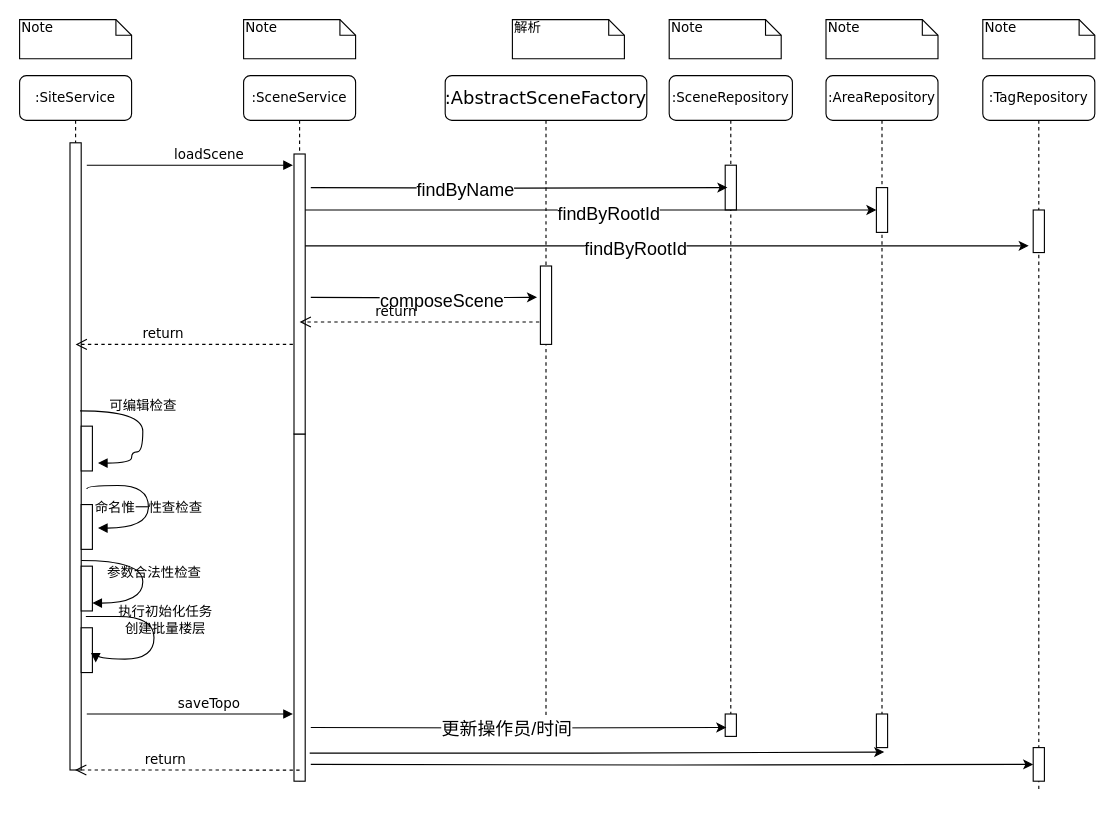
Before: craft/add_building_flow_site.drawio in feihu618/drawio, a draw.io diagram. Source tidied: cells renumbered, new cells numbered last; positions are measured from the earlier drawing's top-left corner, leaving out a move shared by most shapes. Both pictures are drawn from the tidied source at 112%, with x=0, y=0 at pixel (19, 19).
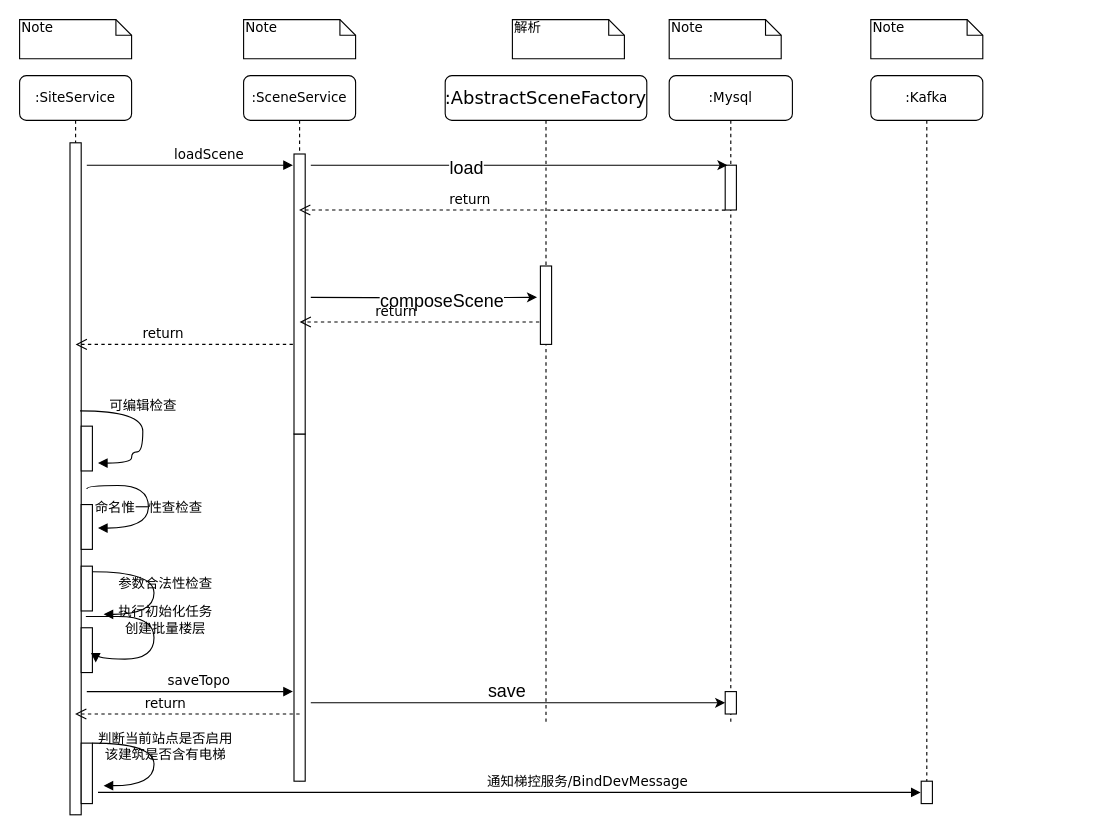
The same page after the edit.

Unchanged cells that the change refers to:
```xml
<mxCell id="2" value=":SceneService" style="shape=umlLifeline;perimeter=lifelinePerimeter;whiteSpace=wrap;html=1;outlineConnect=0;rounded=1;shadow=0;comic=0;labelBackgroundColor=none;strokeWidth=1;fontFamily=Verdana;fontSize=12;align=center;" parent="1" vertex="1">
  <mxGeometry x="200" y="50" width="100" height="630" as="geometry" />
</mxCell>
<mxCell id="3" style="html=1;points=[];perimeter=orthogonalPerimeter;rounded=0;shadow=0;comic=0;labelBackgroundColor=none;strokeWidth=1;fontFamily=Verdana;fontSize=12;align=center;" parent="2" vertex="1">
  <mxGeometry x="45" y="320" width="10" height="310" as="geometry" />
</mxCell>
<mxCell id="4" style="html=1;points=[];perimeter=orthogonalPerimeter;rounded=0;shadow=0;comic=0;labelBackgroundColor=none;strokeWidth=1;fontFamily=Verdana;fontSize=12;align=center;" parent="2" vertex="1">
  <mxGeometry x="45" y="70" width="10" height="250" as="geometry" />
</mxCell>
<mxCell id="5" value="&lt;font style=&quot;font-size: 16px&quot;&gt;:&lt;font style=&quot;font-size: 16px&quot;&gt;AbstractSceneFactory&lt;/font&gt;&lt;/font&gt;" style="shape=umlLifeline;perimeter=lifelinePerimeter;whiteSpace=wrap;html=1;rounded=1;shadow=0;comic=0;labelBackgroundColor=none;strokeWidth=1;fontFamily=Verdana;fontSize=12;align=center;" parent="1" vertex="1">
  <mxGeometry x="380" y="50" width="180" height="580" as="geometry" />
</mxCell>
<mxCell id="9" style="html=1;points=[];perimeter=orthogonalPerimeter;rounded=0;shadow=0;comic=0;labelBackgroundColor=none;strokeWidth=1;fontFamily=Verdana;fontSize=12;align=center;" parent="7" vertex="1">
  <mxGeometry x="50" y="80" width="10" height="40" as="geometry" />
</mxCell>
```

The edit, as a diff of the source:
```diff
@@
+    <mxCell id="49" value="return" style="html=1;verticalAlign=bottom;endArrow=open;dashed=1;endSize=8;labelBackgroundColor=none;fontFamily=Verdana;fontSize=12;edgeStyle=elbowEdgeStyle;elbow=vertical;exitX=0.5;exitY=0.968;exitDx=0;exitDy=0;exitPerimeter=0;" parent="5" edge="1" target="2">
+      <mxGeometry x="0.2" relative="1" as="geometry">
+        <mxPoint x="250" y="120.1" as="sourcePoint" />
+        <Array as="points">
+          <mxPoint x="170" y="120" />
+        </Array>
+      </mxGeometry>
+    </mxCell>
-    <mxCell id="7" value=":SceneRepository" style="shape=umlLifeline;perimeter=lifelinePerimeter;whiteSpace=wrap;html=1;rounded=1;shadow=0;comic=0;labelBackgroundColor=none;strokeWidth=1;fontFamily=Verdana;fontSize=12;align=center;" parent="1" vertex="1">
+    <mxCell id="7" value=":Mysql" style="shape=umlLifeline;perimeter=lifelinePerimeter;whiteSpace=wrap;html=1;rounded=1;shadow=0;comic=0;labelBackgroundColor=none;strokeWidth=1;fontFamily=Verdana;fontSize=12;align=center;" parent="1" vertex="1">
       <mxGeometry x="580" y="50" width="110" height="580" as="geometry" />
     </mxCell>
     <mxCell id="8" style="html=1;points=[];perimeter=orthogonalPerimeter;rounded=0;shadow=0;comic=0;labelBackgroundColor=none;strokeWidth=1;fontFamily=Verdana;fontSize=12;align=center;" parent="7" vertex="1">
-      <mxGeometry x="50" y="570" width="10" height="20" as="geometry" />
+      <mxGeometry x="50" y="550" width="10" height="20" as="geometry" />
     </mxCell>
@@
-    <mxCell id="10" value=":AreaRepository" style="shape=umlLifeline;perimeter=lifelinePerimeter;whiteSpace=wrap;html=1;rounded=1;shadow=0;comic=0;labelBackgroundColor=none;strokeWidth=1;fontFamily=Verdana;fontSize=12;align=center;" parent="1" vertex="1">
-      <mxGeometry x="720" y="50" width="100" height="580" as="geometry" />
-    </mxCell>
-    <mxCell id="11" style="html=1;points=[];perimeter=orthogonalPerimeter;rounded=0;shadow=0;comic=0;labelBackgroundColor=none;strokeWidth=1;fontFamily=Verdana;fontSize=12;align=center;" parent="10" vertex="1">
-      <mxGeometry x="45" y="570" width="10" height="30" as="geometry" />
-    </mxCell>
-    <mxCell id="12" style="html=1;points=[];perimeter=orthogonalPerimeter;rounded=0;shadow=0;comic=0;labelBackgroundColor=none;strokeWidth=1;fontFamily=Verdana;fontSize=12;align=center;" parent="10" vertex="1">
-      <mxGeometry x="45" y="100" width="10" height="40" as="geometry" />
-    </mxCell>
-    <mxCell id="13" value=":TagRepository" style="shape=umlLifeline;perimeter=lifelinePerimeter;whiteSpace=wrap;html=1;rounded=1;shadow=0;comic=0;labelBackgroundColor=none;strokeWidth=1;fontFamily=Verdana;fontSize=12;align=center;" parent="1" vertex="1">
-      <mxGeometry x="860" y="50" width="100" height="640" as="geometry" />
+    <mxCell id="13" value=":Kafka" style="shape=umlLifeline;perimeter=lifelinePerimeter;whiteSpace=wrap;html=1;rounded=1;shadow=0;comic=0;labelBackgroundColor=none;strokeWidth=1;fontFamily=Verdana;fontSize=12;align=center;" parent="1" vertex="1">
+      <mxGeometry x="760" y="50" width="100" height="650" as="geometry" />
     </mxCell>
-    <mxCell id="14" style="html=1;points=[];perimeter=orthogonalPerimeter;rounded=0;shadow=0;comic=0;labelBackgroundColor=none;strokeWidth=1;fontFamily=Verdana;fontSize=12;align=center;" parent="13" vertex="1">
-      <mxGeometry x="45" y="120" width="10" height="38" as="geometry" />
-    </mxCell>
+    <mxCell id="50" style="html=1;perimeter=orthogonalPerimeter;rounded=0;shadow=0;comic=0;labelBackgroundColor=none;strokeWidth=1;fontFamily=Verdana;fontSize=12;align=center;" parent="13" vertex="1">
+      <mxGeometry x="45" y="630" width="10" height="20" as="geometry" />
+    </mxCell>
     <mxCell id="15" value=":SiteService" style="shape=umlLifeline;perimeter=lifelinePerimeter;whiteSpace=wrap;html=1;outlineConnect=0;rounded=1;shadow=0;comic=0;labelBackgroundColor=none;strokeWidth=1;fontFamily=Verdana;fontSize=12;align=center;" parent="1" vertex="1">
-      <mxGeometry y="50" width="100" height="620" as="geometry" />
+      <mxGeometry y="50" width="100" height="660" as="geometry" />
     </mxCell>
     <mxCell id="16" style="html=1;perimeter=orthogonalPerimeter;rounded=0;shadow=0;comic=0;labelBackgroundColor=none;strokeWidth=1;fontFamily=Verdana;fontSize=12;align=center;" parent="15" vertex="1">
-      <mxGeometry x="45" y="60" width="10" height="560" as="geometry" />
+      <mxGeometry x="45" y="60" width="10" height="600" as="geometry" />
     </mxCell>
@@
-    <mxCell id="18" value="参数合法性检查" style="html=1;verticalAlign=bottom;endArrow=block;labelBackgroundColor=none;fontFamily=Verdana;fontSize=12;elbow=vertical;edgeStyle=orthogonalEdgeStyle;curved=1;exitX=1.038;exitY=0.345;exitPerimeter=0;" parent="15" edge="1">
-      <mxGeometry x="0.09" y="10" relative="1" as="geometry">
-        <mxPoint x="55" y="433" as="sourcePoint" />
-        <mxPoint x="65" y="471" as="targetPoint" />
-        <Array as="points">
-          <mxPoint x="110" y="433" />
-          <mxPoint x="110" y="471" />
-          <mxPoint x="65" y="471" />
-        </Array>
-      </mxGeometry>
-    </mxCell>
@@
+    <mxCell id="51" style="html=1;perimeter=orthogonalPerimeter;rounded=0;shadow=0;comic=0;labelBackgroundColor=none;strokeWidth=1;fontFamily=Verdana;fontSize=12;align=center;" parent="15" vertex="1">
+      <mxGeometry x="55" y="596" width="10" height="54" as="geometry" />
+    </mxCell>
@@
-    <mxCell id="28" value="Note" style="shape=note;whiteSpace=wrap;html=1;size=14;verticalAlign=top;align=left;spacingTop=-6;rounded=0;shadow=0;comic=0;labelBackgroundColor=none;strokeWidth=1;fontFamily=Verdana;fontSize=12;" parent="1" vertex="1">
-      <mxGeometry x="720" width="100" height="35" as="geometry" />
-    </mxCell>
-    <mxCell id="29" value="Note" style="shape=note;whiteSpace=wrap;html=1;size=14;verticalAlign=top;align=left;spacingTop=-6;rounded=0;shadow=0;comic=0;labelBackgroundColor=none;strokeWidth=1;fontFamily=Verdana;fontSize=12;" parent="1" vertex="1">
-      <mxGeometry x="860" width="100" height="35" as="geometry" />
-    </mxCell>
@@
-    <mxCell id="32" style="edgeStyle=orthogonalEdgeStyle;rounded=0;jettySize=auto;html=1;fontSize=16;entryX=0.2;entryY=0.5;entryDx=0;entryDy=0;entryPerimeter=0;" parent="1" edge="1" target="9">
+    <mxCell id="32" style="edgeStyle=orthogonalEdgeStyle;rounded=0;orthogonalLoop=1;jettySize=auto;html=1;fontSize=16;" parent="1" edge="1">
       <mxGeometry relative="1" as="geometry">
-        <mxPoint x="260" y="150" as="sourcePoint" />
+        <mxPoint x="260" y="130" as="sourcePoint" />
+        <mxPoint x="632" y="130" as="targetPoint" />
+        <Array as="points">
+          <mxPoint x="260" y="130" />
+          <mxPoint x="632" y="130" />
+        </Array>
       </mxGeometry>
     </mxCell>
-    <mxCell id="33" value="findByName" style="edgeLabel;html=1;align=center;verticalAlign=middle;fontSize=16;" parent="32" vertex="1">
+    <mxCell id="33" value="load" style="edgeLabel;html=1;align=center;verticalAlign=middle;fontSize=16;" parent="32" vertex="1">
       <mxGeometry x="-0.26" y="-1" relative="1" as="geometry" />
     </mxCell>
-    <mxCell id="34" style="edgeStyle=orthogonalEdgeStyle;rounded=0;jettySize=auto;html=1;fontSize=16;" parent="1" edge="1" source="4" target="12">
-      <mxGeometry relative="1" as="geometry">
-        <Array as="points">
-          <mxPoint x="390" y="170" />
-          <mxPoint x="390" y="170" />
-        </Array>
-      </mxGeometry>
-    </mxCell>
-    <mxCell id="35" value="findByRootId" style="edgeLabel;html=1;align=center;verticalAlign=middle;fontSize=16;" parent="34" vertex="1">
-      <mxGeometry x="0.06" y="-2" relative="1" as="geometry" />
-    </mxCell>
-    <mxCell id="36" style="edgeStyle=orthogonalEdgeStyle;rounded=0;jettySize=auto;html=1;entryX=-0.4;entryY=0.842;entryDx=0;entryDy=0;entryPerimeter=0;fontSize=16;" parent="1" edge="1" source="4" target="14">
-      <mxGeometry relative="1" as="geometry">
-        <Array as="points">
-          <mxPoint x="420" y="202" />
-          <mxPoint x="420" y="202" />
-        </Array>
-      </mxGeometry>
-    </mxCell>
-    <mxCell id="37" value="findByRootId" style="edgeLabel;html=1;align=center;verticalAlign=middle;fontSize=16;" parent="36" vertex="1">
-      <mxGeometry x="-0.09" y="-3" relative="1" as="geometry" />
-    </mxCell>
@@
     <mxCell id="42" value="saveTopo" style="html=1;verticalAlign=bottom;endArrow=block;labelBackgroundColor=none;fontFamily=Verdana;fontSize=12;exitX=1.6;exitY=0.571;exitDx=0;exitDy=0;exitPerimeter=0;" parent="1" edge="1">
-      <mxGeometry x="0.19" relative="1" as="geometry">
-        <mxPoint x="60" y="620" as="sourcePoint" />
-        <mxPoint x="244" y="620" as="targetPoint" />
+      <mxGeometry x="0.09" relative="1" as="geometry">
+        <mxPoint x="60" y="600" as="sourcePoint" />
+        <mxPoint x="244" y="600" as="targetPoint" />
       </mxGeometry>
     </mxCell>
-    <mxCell id="43" style="edgeStyle=orthogonalEdgeStyle;rounded=0;jettySize=auto;html=1;entryX=0.1;entryY=0.6;entryDx=0;entryDy=0;entryPerimeter=0;fontSize=16;" parent="1" edge="1" target="8">
+    <mxCell id="43" style="edgeStyle=orthogonalEdgeStyle;rounded=0;orthogonalLoop=1;jettySize=auto;html=1;fontSize=16;" parent="1" edge="1">
       <mxGeometry relative="1" as="geometry">
-        <mxPoint x="260" y="632" as="sourcePoint" />
+        <mxPoint x="260" y="610" as="sourcePoint" />
+        <mxPoint x="630" y="610" as="targetPoint" />
+        <Array as="points">
+          <mxPoint x="260" y="610" />
+          <mxPoint x="631" y="610" />
+        </Array>
       </mxGeometry>
     </mxCell>
-    <mxCell id="44" value="更新操作员/时间" style="edgeLabel;html=1;align=center;verticalAlign=middle;fontSize=16;" parent="43" vertex="1">
-      <mxGeometry x="-0.06" relative="1" as="geometry" />
+    <mxCell id="44" value="save" style="edgeLabel;html=1;align=center;verticalAlign=middle;fontSize=16;" parent="43" vertex="1">
+      <mxGeometry x="-0.06" relative="1" as="geometry">
+        <mxPoint y="-12" as="offset" />
+      </mxGeometry>
     </mxCell>
-    <mxCell id="45" style="html=1;points=[];perimeter=orthogonalPerimeter;rounded=0;shadow=0;comic=0;labelBackgroundColor=none;strokeColor=#000000;strokeWidth=1;fillColor=#FFFFFF;fontFamily=Verdana;fontSize=12;fontColor=#000000;align=center;" parent="1" vertex="1">
-      <mxGeometry x="905" y="650" width="10" height="30" as="geometry" />
-    </mxCell>
-    <mxCell id="46" style="edgeStyle=orthogonalEdgeStyle;rounded=0;jettySize=auto;html=1;entryX=0.7;entryY=1.133;entryDx=0;entryDy=0;entryPerimeter=0;fontSize=16;exitX=1.4;exitY=0.919;exitDx=0;exitDy=0;exitPerimeter=0;" parent="1" edge="1" source="3" target="11">
-      <mxGeometry relative="1" as="geometry" />
-    </mxCell>
-    <mxCell id="47" style="edgeStyle=orthogonalEdgeStyle;rounded=0;jettySize=auto;html=1;fontSize=16;" parent="1" edge="1" target="45">
-      <mxGeometry relative="1" as="geometry">
-        <mxPoint x="260" y="665" as="sourcePoint" />
-      </mxGeometry>
-    </mxCell>
-    <mxCell id="48" value="return" style="html=1;verticalAlign=bottom;endArrow=open;dashed=1;endSize=8;labelBackgroundColor=none;fontFamily=Verdana;fontSize=12;edgeStyle=elbowEdgeStyle;elbow=vertical;exitX=0.5;exitY=0.968;exitDx=0;exitDy=0;exitPerimeter=0;" parent="1" edge="1" source="3" target="15">
+    <mxCell id="48" value="return" style="html=1;verticalAlign=bottom;endArrow=open;dashed=1;endSize=8;labelBackgroundColor=none;fontFamily=Verdana;fontSize=12;edgeStyle=elbowEdgeStyle;elbow=vertical;" parent="1" edge="1" target="15">
       <mxGeometry x="0.2" relative="1" as="geometry">
+        <mxPoint x="250" y="620" as="sourcePoint" />
         <Array as="points">
+          <mxPoint x="160" y="620" />
           <mxPoint x="170" y="670" />
         </Array>
       </mxGeometry>
     </mxCell>
+    <mxCell id="52" value="Note" style="shape=note;whiteSpace=wrap;html=1;size=14;verticalAlign=top;align=left;spacingTop=-6;rounded=0;shadow=0;comic=0;labelBackgroundColor=none;strokeWidth=1;fontFamily=Verdana;fontSize=12;" parent="1" vertex="1">
+      <mxGeometry x="760" width="100" height="35" as="geometry" />
+    </mxCell>
+    <mxCell id="53" value="参数合法性检查" style="html=1;verticalAlign=bottom;endArrow=block;labelBackgroundColor=none;fontFamily=Verdana;fontSize=12;elbow=vertical;edgeStyle=orthogonalEdgeStyle;curved=1;exitX=1.038;exitY=0.345;exitPerimeter=0;" parent="1" edge="1">
+      <mxGeometry x="0.09" y="10" relative="1" as="geometry">
+        <mxPoint x="65" y="493" as="sourcePoint" />
+        <mxPoint x="75" y="531" as="targetPoint" />
+        <Array as="points">
+          <mxPoint x="120" y="493" />
+          <mxPoint x="120" y="531" />
+          <mxPoint x="75" y="531" />
+        </Array>
+      </mxGeometry>
+    </mxCell>
+    <mxCell id="18" value="判断当前站点是否启用&lt;br&gt;该建筑是否含有电梯" style="html=1;verticalAlign=bottom;endArrow=block;labelBackgroundColor=none;fontFamily=Verdana;fontSize=12;elbow=vertical;edgeStyle=orthogonalEdgeStyle;curved=1;exitX=1.038;exitY=0.345;exitPerimeter=0;" parent="1" edge="1">
+      <mxGeometry x="0.09" y="10" relative="1" as="geometry">
+        <mxPoint x="65" y="646" as="sourcePoint" />
+        <mxPoint x="75" y="684" as="targetPoint" />
+        <Array as="points">
+          <mxPoint x="120" y="646" />
+          <mxPoint x="120" y="684" />
+          <mxPoint x="75" y="684" />
+        </Array>
+      </mxGeometry>
+    </mxCell>
+    <mxCell id="54" value="通知梯控服务/BindDevMessage" style="html=1;verticalAlign=bottom;endArrow=block;labelBackgroundColor=none;fontFamily=Verdana;fontSize=12;exitX=1.331;exitY=0.378;exitDx=0;exitDy=0;exitPerimeter=0;" parent="1" edge="1">
+      <mxGeometry x="0.19" relative="1" as="geometry">
+        <mxPoint x="70" y="690" as="sourcePoint" />
+        <mxPoint x="804.5" y="690" as="targetPoint" />
+      </mxGeometry>
+    </mxCell>
```
